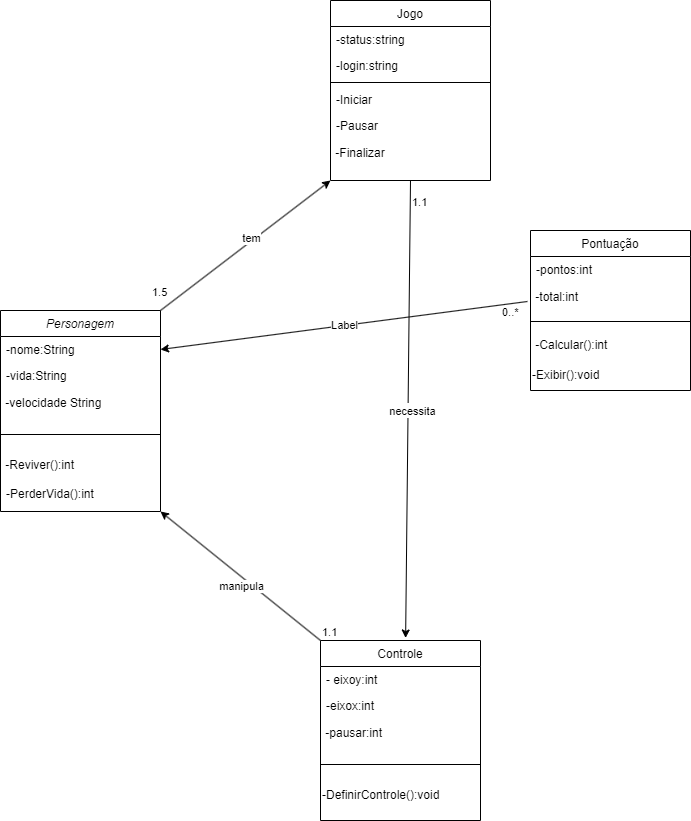
RuanPSilva/DiagramasLP_DJW keeps this draw.io diagram as jogo.drawio.png. Above is the earlier version. Source tidied: cells renumbered, new cells last; positions are measured from the earlier drawing's top-left corner, leaving out a move shared by most shapes.
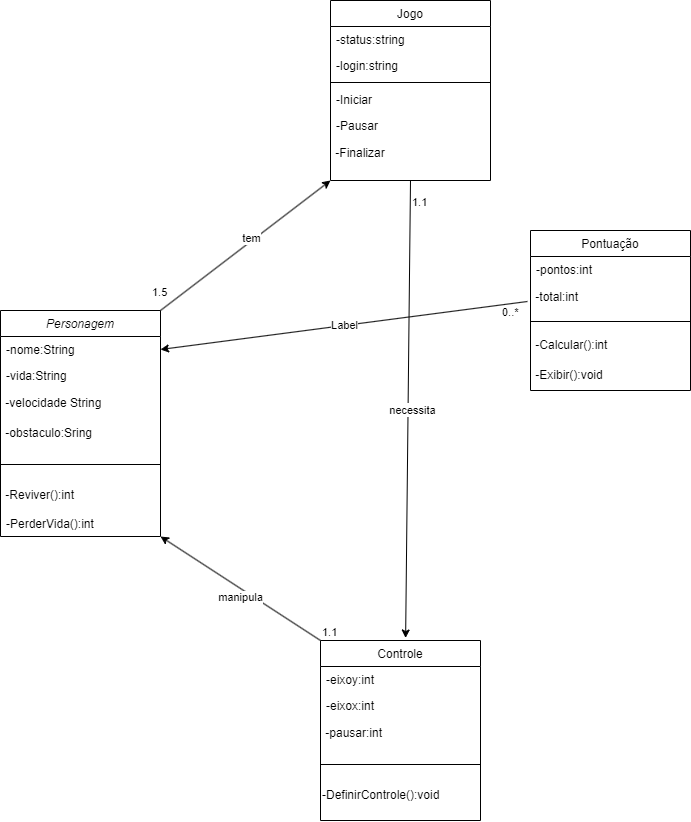
The same diagram one commit later.

Diff of the diagram source:
```diff
@@ -3,7 +3,7 @@
     <mxCell id="0" />
     <mxCell id="1" parent="0" />
     <mxCell id="2" value="Personagem" style="swimlane;fontStyle=2;align=center;verticalAlign=top;horizontal=1;startSize=26;rounded=0;shadow=0;strokeWidth=1;" parent="1" vertex="1">
-      <mxGeometry y="310" width="160" height="201" as="geometry" />
+      <mxGeometry y="310" width="160" height="226" as="geometry" />
     </mxCell>
     <mxCell id="3" value="-nome:String" style="text;align=left;verticalAlign=top;spacingLeft=4;spacingRight=4;overflow=hidden;points=[[0,0.5],[1,0.5]];portConstraint=eastwest;rounded=0;shadow=0;html=0;" parent="2" vertex="1">
       <mxGeometry y="26" width="160" height="26" as="geometry" />
@@ -14,19 +14,22 @@
     <mxCell id="5" value="&amp;nbsp;-velocidade String" style="text;html=1;align=left;verticalAlign=middle;strokeColor=none;fillColor=none;" parent="2" vertex="1">
       <mxGeometry y="78" width="160" height="30" as="geometry" />
     </mxCell>
+    <mxCell id="41" value="&amp;nbsp;-obstaculo:Sring" style="text;html=1;align=left;verticalAlign=middle;strokeColor=none;fillColor=none;" parent="2" vertex="1">
+      <mxGeometry y="108" width="160" height="30" as="geometry" />
+    </mxCell>
     <mxCell id="6" style="line;html=1;strokeWidth=1;align=left;verticalAlign=middle;spacingTop=-1;spacingLeft=3;spacingRight=3;labelPosition=right;" parent="2" vertex="1">
-      <mxGeometry y="108" width="160" height="32" as="geometry" />
+      <mxGeometry y="138" width="160" height="32" as="geometry" />
     </mxCell>
     <mxCell id="7" value="&amp;nbsp;-Reviver():int" style="text;html=1;align=left;verticalAlign=middle;strokeColor=none;fillColor=none;" parent="2" vertex="1">
-      <mxGeometry y="140" width="160" height="30" as="geometry" />
+      <mxGeometry y="170" width="160" height="30" as="geometry" />
     </mxCell>
     <mxCell id="8" value="-PerderVida():int" style="text;align=left;verticalAlign=top;spacingLeft=4;spacingRight=4;overflow=hidden;" parent="2" vertex="1">
-      <mxGeometry y="170" width="160" height="26" as="geometry" />
+      <mxGeometry y="200" width="160" height="26" as="geometry" />
     </mxCell>
     <mxCell id="9" value="Controle" style="swimlane;fontStyle=0;align=center;verticalAlign=top;horizontal=1;startSize=26;rounded=0;shadow=0;strokeWidth=1;" parent="1" vertex="1">
       <mxGeometry x="320" y="640" width="160" height="180" as="geometry" />
     </mxCell>
-    <mxCell id="10" value="- eixoy:int" style="text;align=left;verticalAlign=top;spacingLeft=4;spacingRight=4;overflow=hidden;" parent="9" vertex="1">
+    <mxCell id="10" value="-eixoy:int" style="text;align=left;verticalAlign=top;spacingLeft=4;spacingRight=4;overflow=hidden;" parent="9" vertex="1">
       <mxGeometry y="26" width="160" height="26" as="geometry" />
     </mxCell>
     <mxCell id="11" value="-eixox:int" style="text;align=left;verticalAlign=top;spacingLeft=4;spacingRight=4;overflow=hidden;rounded=0;shadow=0;html=0;" parent="9" vertex="1">
@@ -56,7 +59,7 @@
     <mxCell id="19" value="&amp;nbsp;-Calcular():int" style="text;html=1;align=left;verticalAlign=middle;strokeColor=none;fillColor=none;" parent="15" vertex="1">
       <mxGeometry y="100" width="160" height="30" as="geometry" />
     </mxCell>
-    <mxCell id="20" value="-Exibir():void" style="text;html=1;align=left;verticalAlign=middle;strokeColor=none;fillColor=none;" parent="15" vertex="1">
+    <mxCell id="20" value="&amp;nbsp;-Exibir():void" style="text;html=1;align=left;verticalAlign=middle;strokeColor=none;fillColor=none;" parent="15" vertex="1">
       <mxGeometry y="130" width="160" height="30" as="geometry" />
     </mxCell>
     <mxCell id="21" value="Jogo" style="swimlane;fontStyle=0;align=center;verticalAlign=top;horizontal=1;startSize=26;rounded=0;shadow=0;strokeWidth=1;" parent="1" vertex="1">
```
